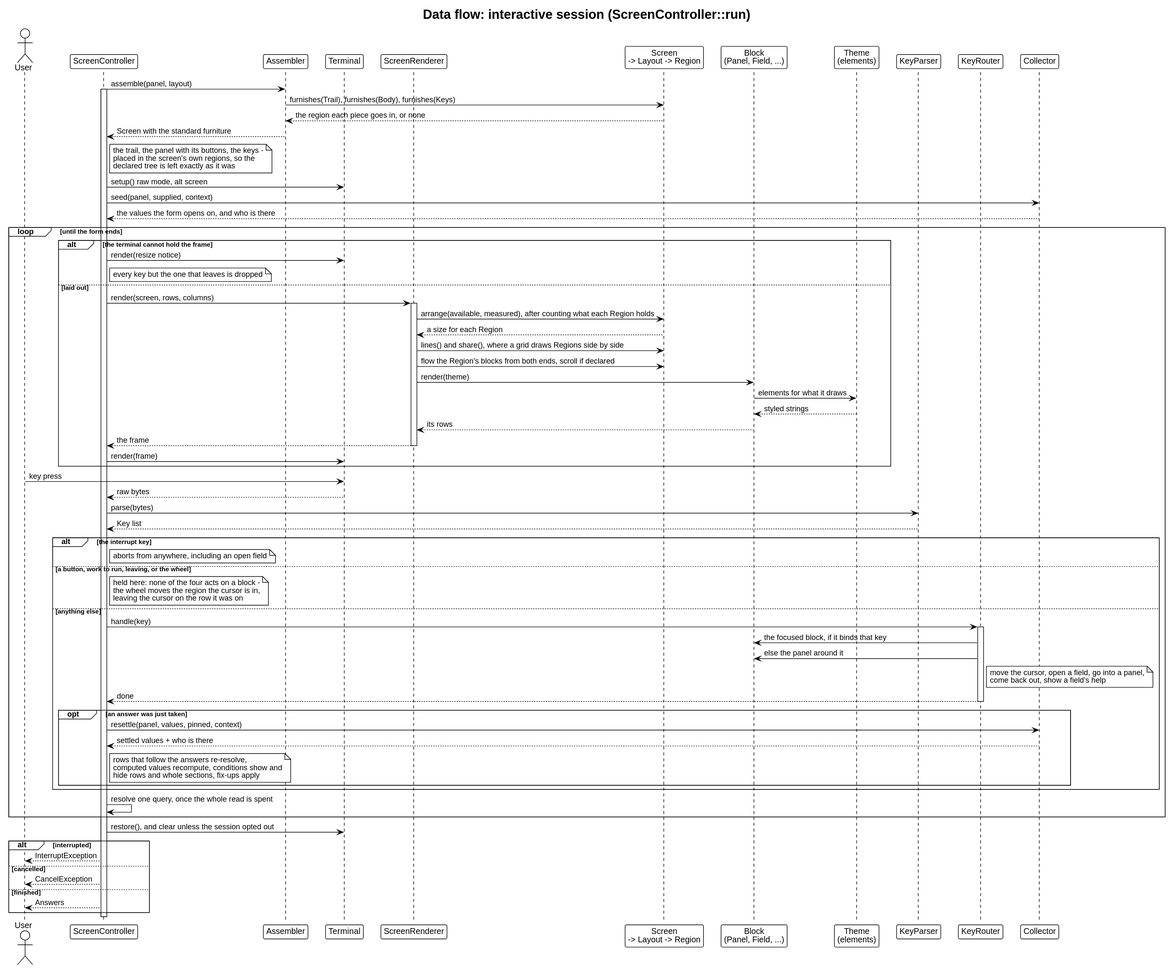
Earlier version of the PlantUML export docs/architecture/dataflow-tui.svg (drevops/phptui).
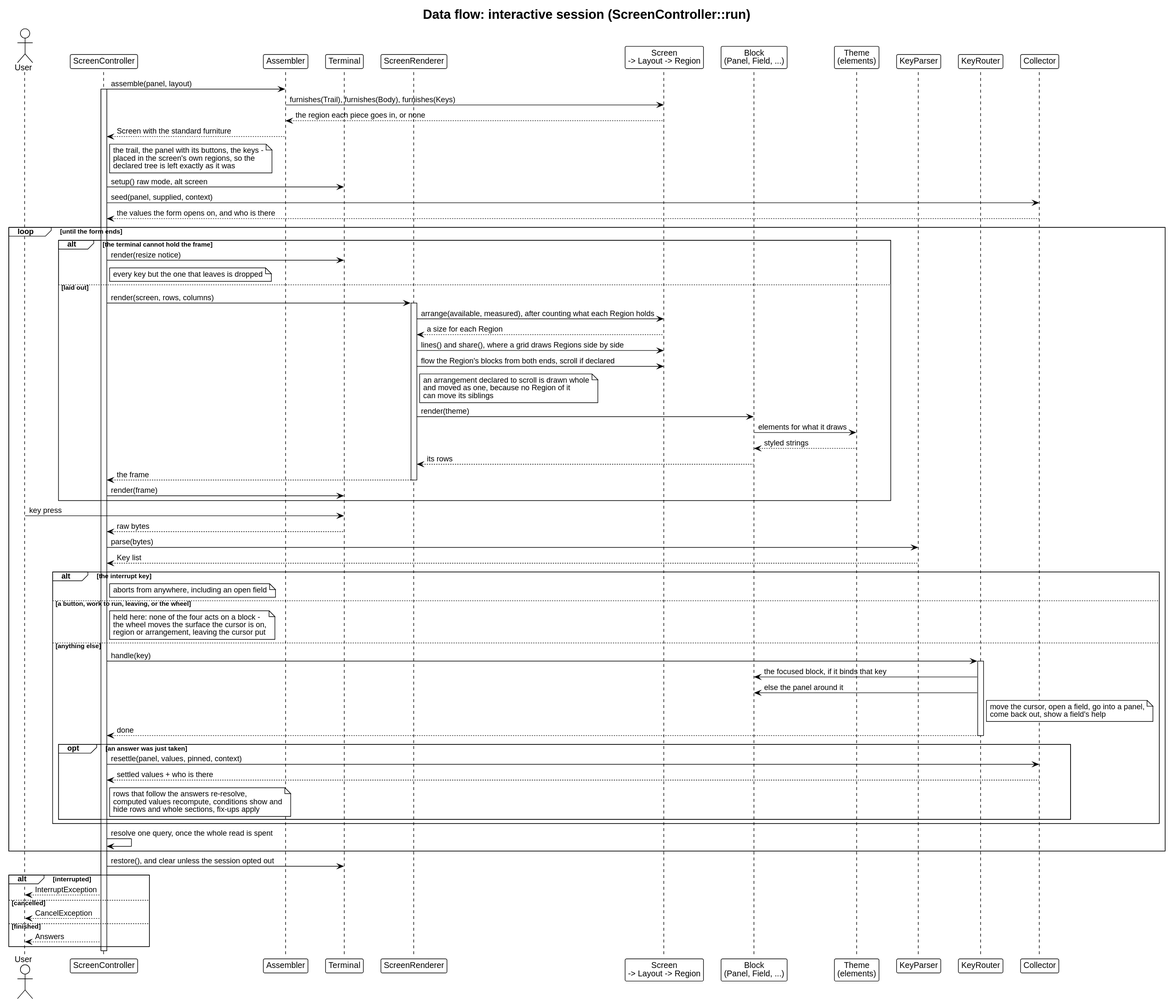
After the commit.

What changed in the source:
```diff
@@ -39,6 +39,7 @@
     Screen --> SR: a size for each Region
     SR -> Screen: lines() and share(), where a grid draws Regions side by side
     SR -> Screen: flow the Region's blocks from both ends, scroll if declared
+    note right of SR: an arrangement declared to scroll is drawn whole\nand moved as one, because no Region of it\ncan move its siblings
     SR -> Block: render(theme)
     Block -> Theme: elements for what it draws
     Theme --> Block: styled strings
@@ -56,7 +57,7 @@
   alt the interrupt key
     note right of SC: aborts from anywhere, including an open field
   else a button, work to run, leaving, or the wheel
-    note right of SC: held here: none of the four acts on a block -\nthe wheel moves the region the cursor is in,\nleaving the cursor on the row it was on
+    note right of SC: held here: none of the four acts on a block -\nthe wheel moves the surface the cursor is on,\nregion or arrangement, leaving the cursor put
   else anything else
     SC -> KR: handle(key)
     activate KR
```
